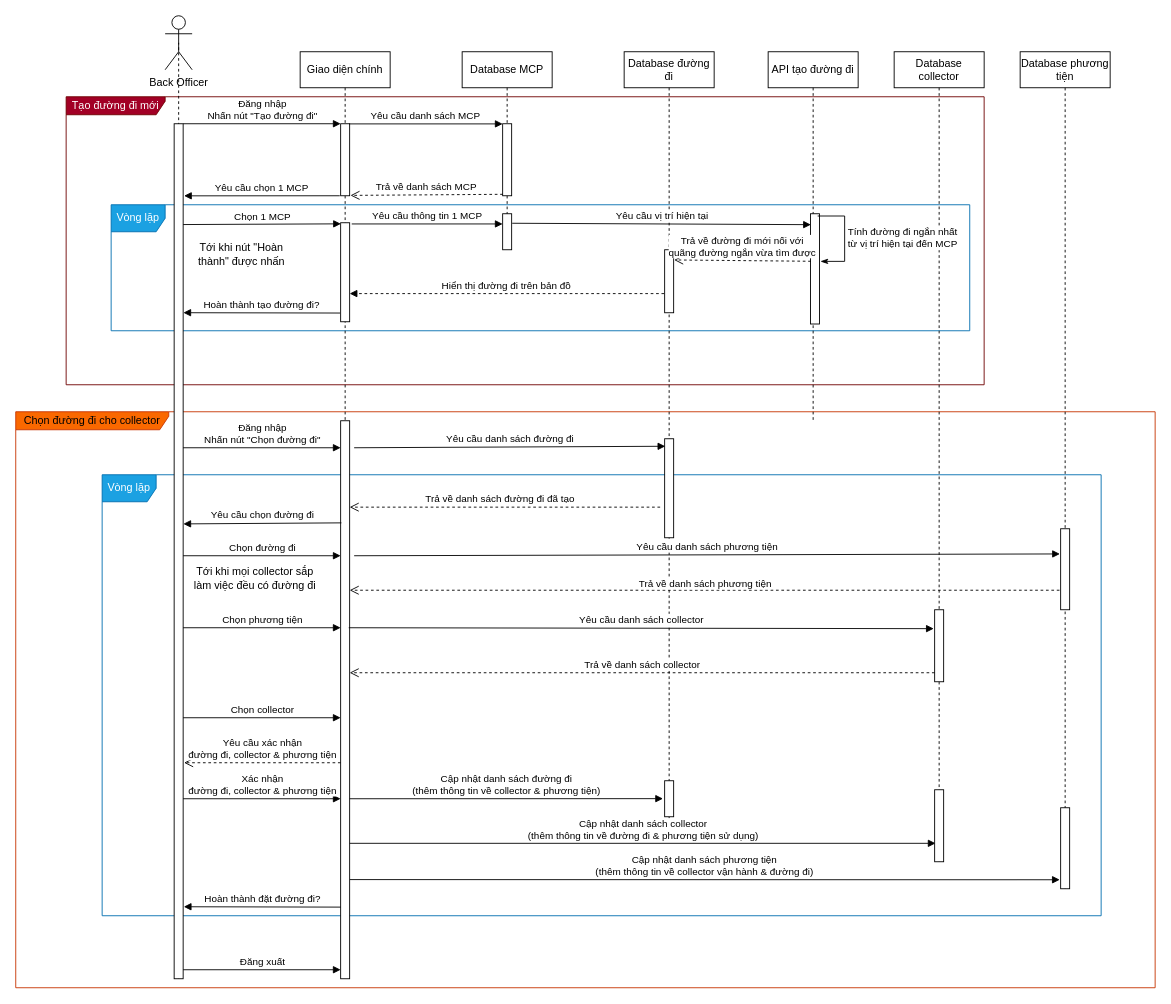
Earlier version of the draw.io diagram page "Task 2.2" (2 of 3) of task2.drawio (thuankhangho/btl-cnpm). Source tidied: cells renumbered, new cells numbered last; positions are measured from the earlier drawing's top-left corner, leaving out a move shared by most shapes. Both pictures are drawn from the tidied source at 90%, with x=0, y=0 at pixel (15, 15).
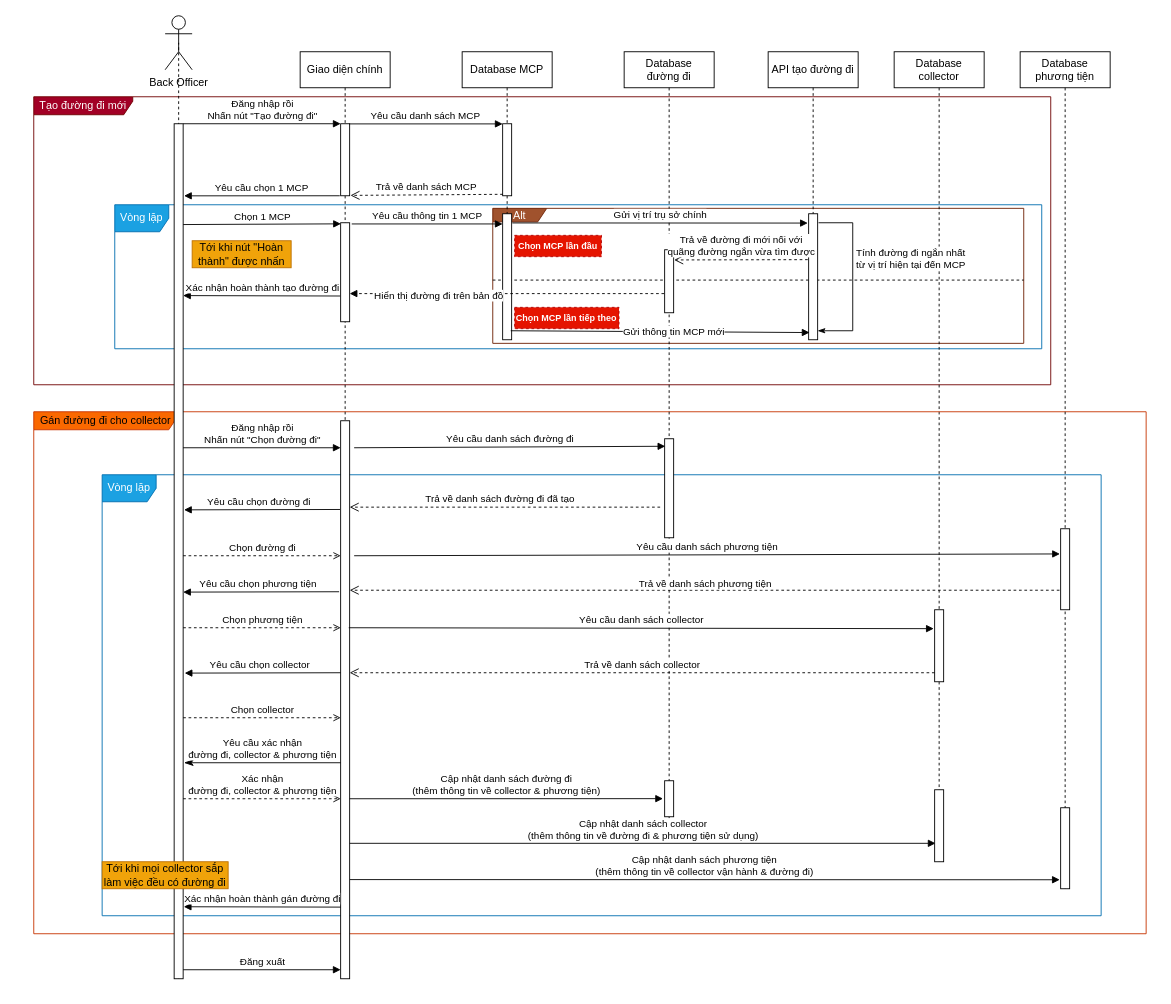
Above is the later version.

The change refers to these unchanged cells:
```xml
<mxCell id="9" style="rounded=0;whiteSpace=wrap;html=1;" parent="1" vertex="1">
  <mxGeometry x="176" y="120" width="10" height="950" as="geometry" />
</mxCell>
<mxCell id="10" value="Giao diện chính" style="shape=umlLifeline;perimeter=lifelinePerimeter;whiteSpace=wrap;html=1;" parent="1" vertex="1">
  <mxGeometry x="316" y="40" width="100" height="1030" as="geometry" />
</mxCell>
<mxCell id="11" style="html=1;points=[];perimeter=orthogonalPerimeter;" parent="10" vertex="1">
  <mxGeometry x="45" y="190" width="10" height="110" as="geometry" />
</mxCell>
<mxCell id="12" style="html=1;points=[];perimeter=orthogonalPerimeter;" parent="10" vertex="1">
  <mxGeometry x="45" y="80" width="10" height="80" as="geometry" />
</mxCell>
<mxCell id="15" style="html=1;points=[];perimeter=orthogonalPerimeter;" parent="10" vertex="1">
  <mxGeometry x="45" y="410" width="10" height="620" as="geometry" />
</mxCell>
<mxCell id="34" style="html=1;points=[];perimeter=orthogonalPerimeter;" parent="33" vertex="1">
  <mxGeometry x="45" y="220" width="10" height="70" as="geometry" />
</mxCell>
```

Change to the diagram source:
```diff
@@
+    <mxCell id="6" value="Tạo đường đi mới" style="shape=umlFrame;whiteSpace=wrap;html=1;width=110;height=20;fillColor=#a20025;fontColor=#ffffff;strokeColor=#6F0000;" parent="1" vertex="1">
+      <mxGeometry x="20" y="90" width="1130" height="320" as="geometry" />
+    </mxCell>
+    <mxCell id="59" value="Alt" style="shape=umlFrame;whiteSpace=wrap;html=1;fillColor=#a0522d;fontColor=#ffffff;strokeColor=#6D1F00;width=60;height=15;" parent="1" vertex="1">
+      <mxGeometry x="530" y="214" width="590" height="150" as="geometry" />
+    </mxCell>
+    <mxCell id="60" style="line;strokeWidth=1;fillColor=none;align=left;verticalAlign=middle;spacingTop=-1;spacingLeft=3;spacingRight=3;labelPosition=right;dashed=1;strokeColor=none;" parent="59" vertex="1">
+      <mxGeometry y="9.4" width="590" height="140.6" as="geometry" />
+    </mxCell>
+    <mxCell id="61" value="Chọn MCP lần đầu" style="text;html=1;strokeColor=#B20000;fillColor=#e51400;align=center;verticalAlign=middle;whiteSpace=wrap;rounded=0;dashed=1;fontSize=10;fontStyle=1;fontColor=#ffffff;" parent="59" vertex="1">
+      <mxGeometry x="24.3" y="30" width="96.5" height="23.7" as="geometry" />
+    </mxCell>
+    <mxCell id="62" value="Chọn MCP lần tiếp theo" style="text;html=1;strokeColor=#B20000;fillColor=#e51400;align=center;verticalAlign=middle;whiteSpace=wrap;rounded=0;dashed=1;fontSize=10;fontStyle=1;fontColor=#ffffff;" parent="59" vertex="1">
+      <mxGeometry x="24.3" y="110" width="116" height="23.7" as="geometry" />
+    </mxCell>
+    <mxCell id="63" style="line;strokeWidth=1;dashed=1;labelPosition=right;align=left;verticalAlign=middle;spacingTop=0;spacingLeft=6;" parent="59" vertex="1">
+      <mxGeometry y="74.7" width="590" height="10" as="geometry" />
+    </mxCell>
+    <mxCell id="7" value="Vòng lặp" style="shape=umlFrame;whiteSpace=wrap;html=1;fillColor=#1ba1e2;fontColor=#ffffff;strokeColor=#006EAF;" parent="1" vertex="1">
+      <mxGeometry x="110" y="210" width="1030" height="160" as="geometry" />
+    </mxCell>
+    <mxCell id="3" value="Vòng lặp" style="shape=umlFrame;whiteSpace=wrap;html=1;fillColor=#1ba1e2;fontColor=#ffffff;strokeColor=#006EAF;" parent="1" vertex="1">
+      <mxGeometry x="96" y="510" width="1110" height="490" as="geometry" />
+    </mxCell>
+    <mxCell id="28" value="Database collector" style="shape=umlLifeline;perimeter=lifelinePerimeter;whiteSpace=wrap;html=1;" parent="1" vertex="1">
+      <mxGeometry x="976" y="40" width="100" height="900" as="geometry" />
+    </mxCell>
+    <mxCell id="29" style="html=1;perimeter=orthogonalPerimeter;" parent="28" vertex="1">
+      <mxGeometry x="45" y="620" width="10" height="80" as="geometry" />
+    </mxCell>
-    <mxCell id="2" value="Chọn đường đi cho collector" style="shape=umlFrame;whiteSpace=wrap;html=1;width=170;height=20;fillColor=#fa6800;fontColor=#000000;strokeColor=#C73500;" parent="1" vertex="1">
-      <mxGeometry y="440" width="1266" height="640" as="geometry" />
+    <mxCell id="2" value="Gán đường đi cho collector" style="shape=umlFrame;whiteSpace=wrap;html=1;width=160;height=20;fillColor=#fa6800;fontColor=#000000;strokeColor=#C73500;" parent="1" vertex="1">
+      <mxGeometry x="20" y="440" width="1236" height="580" as="geometry" />
     </mxCell>
-    <mxCell id="3" value="Vòng lặp" style="shape=umlFrame;whiteSpace=wrap;html=1;fillColor=#1ba1e2;fontColor=#ffffff;strokeColor=#006EAF;" parent="1" vertex="1">
-      <mxGeometry x="96" y="510" width="1110" height="490" as="geometry" />
-    </mxCell>
-    <mxCell id="4" value="Database phương tiện" style="shape=umlLifeline;perimeter=lifelinePerimeter;whiteSpace=wrap;html=1;" parent="1" vertex="1">
+    <mxCell id="4" value="Database&lt;br&gt;phương tiện" style="shape=umlLifeline;perimeter=lifelinePerimeter;whiteSpace=wrap;html=1;" parent="1" vertex="1">
       <mxGeometry x="1116" y="40" width="100" height="930" as="geometry" />
     </mxCell>
@@
-    <mxCell id="6" value="Tạo đường đi mới" style="shape=umlFrame;whiteSpace=wrap;html=1;width=110;height=20;fillColor=#a20025;fontColor=#ffffff;strokeColor=#6F0000;" parent="1" vertex="1">
-      <mxGeometry x="56" y="90" width="1020" height="320" as="geometry" />
-    </mxCell>
-    <mxCell id="7" value="Vòng lặp" style="shape=umlFrame;whiteSpace=wrap;html=1;fillColor=#1ba1e2;fontColor=#ffffff;strokeColor=#006EAF;" parent="1" vertex="1">
-      <mxGeometry x="106" y="210" width="954" height="140" as="geometry" />
-    </mxCell>
@@
-    <mxCell id="13" value="Đăng nhập&lt;br&gt;Nhấn nút &quot;Chọn đường đi&quot;" style="html=1;verticalAlign=bottom;startArrow=none;endArrow=block;startSize=8;exitX=1;exitY=0;exitDx=0;exitDy=0;startFill=0;" parent="10" edge="1">
+    <mxCell id="13" value="Đăng nhập rồi&lt;br&gt;Nhấn nút &quot;Chọn đường đi&quot;" style="html=1;verticalAlign=bottom;startArrow=none;endArrow=block;startSize=8;exitX=1;exitY=0;exitDx=0;exitDy=0;startFill=0;" parent="10" edge="1">
       <mxGeometry relative="1" as="geometry">
         <mxPoint x="-130" y="440" as="sourcePoint" />
         <mxPoint x="45" y="440" as="targetPoint" />
       </mxGeometry>
     </mxCell>
-    <mxCell id="14" value="Chọn đường đi" style="html=1;verticalAlign=bottom;startArrow=none;endArrow=block;startSize=8;exitX=1;exitY=0;exitDx=0;exitDy=0;startFill=0;" parent="10" edge="1">
+    <mxCell id="14" value="Chọn đường đi" style="html=1;verticalAlign=bottom;startArrow=none;endArrow=open;startSize=8;exitX=1;exitY=0;exitDx=0;exitDy=0;startFill=0;endFill=0;dashed=1;" parent="10" edge="1">
       <mxGeometry relative="1" as="geometry">
         <mxPoint x="-130" y="560" as="sourcePoint" />
         <mxPoint x="45" y="560" as="targetPoint" />
       </mxGeometry>
     </mxCell>
@@
-    <mxCell id="16" value="Yêu cầu xác nhận&lt;br&gt;đường đi, collector &amp;amp; phương tiện" style="html=1;verticalAlign=bottom;endArrow=open;dashed=1;endSize=8;" parent="10" edge="1">
+    <mxCell id="16" value="Yêu cầu xác nhận&lt;br&gt;đường đi, collector &amp;amp; phương tiện" style="html=1;verticalAlign=bottom;endArrow=classicThin;endSize=8;endFill=1;" parent="10" edge="1">
       <mxGeometry relative="1" as="geometry">
         <mxPoint x="45" y="790" as="sourcePoint" />
         <mxPoint x="-129" y="790" as="targetPoint" />
       </mxGeometry>
     </mxCell>
@@
+    <mxCell id="64" value="Yêu cầu chọn collector" style="html=1;verticalAlign=bottom;endArrow=block;exitX=-0.067;exitY=0.159;exitDx=0;exitDy=0;exitPerimeter=0;" parent="10" edge="1">
+      <mxGeometry x="0.04" relative="1" as="geometry">
+        <mxPoint x="45" y="690" as="sourcePoint" />
+        <mxPoint x="-128.3" y="690.4" as="targetPoint" />
+      </mxGeometry>
+    </mxCell>
     <mxCell id="19" value="Database MCP" style="shape=umlLifeline;perimeter=lifelinePerimeter;whiteSpace=wrap;html=1;" parent="1" vertex="1">
-      <mxGeometry x="496" y="40" width="100" height="220" as="geometry" />
+      <mxGeometry x="496" y="40" width="100" height="320" as="geometry" />
     </mxCell>
     <mxCell id="20" style="html=1;points=[];perimeter=orthogonalPerimeter;" parent="19" vertex="1">
-      <mxGeometry x="45" y="180" width="10" height="40" as="geometry" />
+      <mxGeometry x="45" y="180" width="10" height="140" as="geometry" />
     </mxCell>
@@
-    <mxCell id="23" value="Đăng nhập&lt;br&gt;Nhấn nút &quot;Tạo đường đi&quot;" style="html=1;verticalAlign=bottom;startArrow=none;endArrow=block;startSize=8;exitX=1;exitY=0;exitDx=0;exitDy=0;startFill=0;" parent="1" edge="1" source="9" target="12">
+    <mxCell id="23" value="Đăng nhập rồi&lt;br&gt;Nhấn nút &quot;Tạo đường đi&quot;" style="html=1;verticalAlign=bottom;startArrow=none;endArrow=block;startSize=8;exitX=1;exitY=0;exitDx=0;exitDy=0;startFill=0;" parent="1" edge="1" source="9" target="12">
       <mxGeometry relative="1" as="geometry" />
     </mxCell>
@@
-    <mxCell id="28" value="Database collector" style="shape=umlLifeline;perimeter=lifelinePerimeter;whiteSpace=wrap;html=1;" parent="1" vertex="1">
-      <mxGeometry x="976" y="40" width="100" height="900" as="geometry" />
-    </mxCell>
-    <mxCell id="29" style="html=1;perimeter=orthogonalPerimeter;" parent="28" vertex="1">
-      <mxGeometry x="45" y="620" width="10" height="80" as="geometry" />
-    </mxCell>
     <mxCell id="30" value="API tạo đường đi" style="shape=umlLifeline;perimeter=lifelinePerimeter;whiteSpace=wrap;html=1;" parent="1" vertex="1">
-      <mxGeometry x="836" y="40" width="100" height="410" as="geometry" />
+      <mxGeometry x="836" y="40" width="100" height="320" as="geometry" />
     </mxCell>
     <mxCell id="31" style="html=1;points=[];perimeter=orthogonalPerimeter;" parent="30" vertex="1">
-      <mxGeometry x="47" y="180" width="10" height="122.5" as="geometry" />
+      <mxGeometry x="45" y="180" width="10" height="140" as="geometry" />
     </mxCell>
-    <mxCell id="32" value="Tính đường đi ngắn nhất&lt;br&gt;từ vị trí hiện tại đến MCP" style="edgeStyle=orthogonalEdgeStyle;html=1;align=left;spacingLeft=2;endArrow=classicThin;rounded=0;entryX=1.115;entryY=0.432;strokeColor=default;entryDx=0;entryDy=0;entryPerimeter=0;endFill=1;" parent="30" edge="1" target="31">
-      <mxGeometry relative="1" as="geometry">
-        <mxPoint x="55" y="182.5" as="sourcePoint" />
+    <mxCell id="32" value="Tính đường đi ngắn nhất&lt;br&gt;từ vị trí hiện tại đến MCP" style="edgeStyle=orthogonalEdgeStyle;html=1;align=left;spacingLeft=2;endArrow=classicThin;rounded=0;strokeColor=default;endFill=1;" parent="30" edge="1" target="31">
+      <mxGeometry x="-0.21" relative="1" as="geometry">
+        <mxPoint x="56" y="190" as="sourcePoint" />
         <Array as="points">
-          <mxPoint x="85" y="183" />
-          <mxPoint x="85" y="233" />
+          <mxPoint x="94" y="190" />
+          <mxPoint x="94" y="310" />
         </Array>
       </mxGeometry>
     </mxCell>
-    <mxCell id="33" value="Database đường đi" style="shape=umlLifeline;perimeter=lifelinePerimeter;whiteSpace=wrap;html=1;" parent="1" vertex="1">
+    <mxCell id="33" value="Database&lt;br&gt;đường đi" style="shape=umlLifeline;perimeter=lifelinePerimeter;whiteSpace=wrap;html=1;" parent="1" vertex="1">
       <mxGeometry x="676" y="40" width="100" height="860" as="geometry" />
     </mxCell>
@@
-    <mxCell id="38" value="Yêu cầu vị trí hiện tại" style="html=1;verticalAlign=bottom;startArrow=none;endArrow=block;startSize=8;exitX=1.06;exitY=0.264;exitDx=0;exitDy=0;exitPerimeter=0;startFill=0;entryX=0.049;entryY=0.099;entryDx=0;entryDy=0;entryPerimeter=0;" parent="1" edge="1" source="20" target="31">
+    <mxCell id="38" value="Gửi vị trí trụ sở chính" style="html=1;verticalAlign=bottom;startArrow=none;endArrow=block;startSize=8;exitX=1.078;exitY=0.073;exitDx=0;exitDy=0;exitPerimeter=0;startFill=0;entryX=-0.095;entryY=0.074;entryDx=0;entryDy=0;entryPerimeter=0;" parent="1" edge="1" source="20" target="31">
       <mxGeometry relative="1" as="geometry" />
     </mxCell>
-    <mxCell id="39" value="Trả về đường đi mới nối với&lt;br&gt;quãng đường ngắn vừa tìm được" style="html=1;verticalAlign=bottom;endArrow=open;dashed=1;endSize=8;entryX=1.054;entryY=0.162;entryDx=0;entryDy=0;entryPerimeter=0;exitX=0.046;exitY=0.431;exitDx=0;exitDy=0;exitPerimeter=0;" parent="1" edge="1" source="31" target="34">
-      <mxGeometry relative="1" as="geometry" />
+    <mxCell id="39" value="Trả về đường đi mới nối với&lt;br&gt;quãng đường ngắn vừa tìm được" style="html=1;verticalAlign=bottom;endArrow=open;dashed=1;endSize=8;entryX=1.054;entryY=0.162;entryDx=0;entryDy=0;entryPerimeter=0;" parent="1" edge="1" target="34">
+      <mxGeometry relative="1" as="geometry">
+        <mxPoint x="880" y="271" as="sourcePoint" />
+      </mxGeometry>
     </mxCell>
-    <mxCell id="40" value="Hoàn thành tạo đường đi?" style="html=1;verticalAlign=bottom;endArrow=block;entryX=1.024;entryY=0.221;entryDx=0;entryDy=0;exitX=-0.065;exitY=0.912;exitDx=0;exitDy=0;exitPerimeter=0;entryPerimeter=0;" parent="1" edge="1" source="11" target="9">
+    <mxCell id="40" value="Xác nhận hoàn thành tạo đường đi" style="html=1;verticalAlign=bottom;endArrow=block;exitX=-0.047;exitY=0.74;exitDx=0;exitDy=0;exitPerimeter=0;entryX=0.996;entryY=0.201;entryDx=0;entryDy=0;entryPerimeter=0;" parent="1" edge="1" source="11" target="9">
       <mxGeometry relative="1" as="geometry" />
     </mxCell>
@@
-    <mxCell id="42" value="Tới khi nút &quot;Hoàn thành&quot; được nhấn" style="text;html=1;strokeColor=none;fillColor=none;align=center;verticalAlign=middle;whiteSpace=wrap;rounded=0;" parent="1" vertex="1">
+    <mxCell id="42" value="Tới khi nút &quot;Hoàn thành&quot; được nhấn" style="text;html=1;strokeColor=#BD7000;fillColor=#f0a30a;align=center;verticalAlign=middle;whiteSpace=wrap;rounded=0;fontColor=#000000;" parent="1" vertex="1">
       <mxGeometry x="196" y="250" width="110" height="30" as="geometry" />
     </mxCell>
@@
-    <mxCell id="45" value="Yêu cầu chọn đường đi" style="html=1;verticalAlign=bottom;endArrow=block;exitX=0.083;exitY=0.183;exitDx=0;exitDy=0;exitPerimeter=0;entryX=1.024;entryY=0.468;entryDx=0;entryDy=0;entryPerimeter=0;" parent="1" edge="1" source="15" target="9">
-      <mxGeometry relative="1" as="geometry" />
+    <mxCell id="45" value="Yêu cầu chọn đường đi" style="html=1;verticalAlign=bottom;endArrow=block;exitX=-0.067;exitY=0.159;exitDx=0;exitDy=0;exitPerimeter=0;" parent="1" edge="1" source="15">
+      <mxGeometry x="0.04" relative="1" as="geometry">
+        <mxPoint x="187" y="549" as="targetPoint" />
+      </mxGeometry>
     </mxCell>
@@
-    <mxCell id="47" value="Chọn phương tiện" style="html=1;verticalAlign=bottom;endArrow=block;" parent="1" edge="1">
+    <mxCell id="47" value="Chọn phương tiện" style="html=1;verticalAlign=bottom;endArrow=open;dashed=1;endFill=0;" parent="1" edge="1">
       <mxGeometry relative="1" as="geometry">
         <mxPoint x="186" y="680" as="sourcePoint" />
         <mxPoint x="361" y="680" as="targetPoint" />
       </mxGeometry>
     </mxCell>
-    <mxCell id="48" value="Tới khi mọi collector sắp làm việc đều có đường đi" style="text;html=1;strokeColor=none;fillColor=none;align=center;verticalAlign=middle;whiteSpace=wrap;rounded=0;" parent="1" vertex="1">
-      <mxGeometry x="196" y="610" width="140" height="30" as="geometry" />
+    <mxCell id="48" value="Tới khi mọi collector sắp làm việc đều có đường đi" style="text;html=1;strokeColor=#BD7000;fillColor=#f0a30a;align=center;verticalAlign=middle;whiteSpace=wrap;rounded=0;fontColor=#000000;" parent="1" vertex="1">
+      <mxGeometry x="96" y="940" width="140" height="30" as="geometry" />
     </mxCell>
     <mxCell id="49" value="Hiển thị đường đi trên bản đồ" style="html=1;verticalAlign=bottom;endArrow=block;strokeColor=default;exitX=-0.052;exitY=0.696;exitDx=0;exitDy=0;exitPerimeter=0;dashed=1;" parent="1" edge="1" source="34" target="11">
-      <mxGeometry relative="1" as="geometry" />
+      <mxGeometry x="0.43" y="11" relative="1" as="geometry" />
     </mxCell>
@@
-    <mxCell id="52" value="Chọn collector" style="html=1;verticalAlign=bottom;endArrow=block;" parent="1" edge="1">
+    <mxCell id="52" value="Chọn collector" style="html=1;verticalAlign=bottom;endArrow=open;dashed=1;endFill=0;" parent="1" edge="1">
       <mxGeometry relative="1" as="geometry">
         <mxPoint x="186" y="780" as="sourcePoint" />
         <mxPoint x="361" y="780" as="targetPoint" />
       </mxGeometry>
     </mxCell>
@@
-    <mxCell id="55" value="Xác nhận&lt;br&gt;đường đi, collector &amp;amp; phương tiện" style="html=1;verticalAlign=bottom;endArrow=block;" parent="1" edge="1">
+    <mxCell id="55" value="Xác nhận&lt;br&gt;đường đi, collector &amp;amp; phương tiện" style="html=1;verticalAlign=bottom;endArrow=open;dashed=1;endFill=0;" parent="1" edge="1">
       <mxGeometry relative="1" as="geometry">
         <mxPoint x="186" y="870" as="sourcePoint" />
         <mxPoint x="361" y="870" as="targetPoint" />
       </mxGeometry>
     </mxCell>
@@
-    <mxCell id="58" value="Hoàn thành đặt đường đi?" style="html=1;verticalAlign=bottom;endArrow=block;entryX=1.002;entryY=0.247;entryDx=0;entryDy=0;exitX=-0.065;exitY=0.912;exitDx=0;exitDy=0;exitPerimeter=0;entryPerimeter=0;" parent="1" edge="1">
+    <mxCell id="58" value="Xác nhận hoàn thành gán đường đi" style="html=1;verticalAlign=bottom;endArrow=block;entryX=1.002;entryY=0.247;entryDx=0;entryDy=0;exitX=-0.065;exitY=0.912;exitDx=0;exitDy=0;exitPerimeter=0;entryPerimeter=0;" parent="1" edge="1">
       <mxGeometry relative="1" as="geometry">
         <mxPoint x="361" y="990.4" as="sourcePoint" />
         <mxPoint x="186.7" y="990" as="targetPoint" />
       </mxGeometry>
     </mxCell>
+    <mxCell id="65" value="Gửi thông tin MCP mới" style="html=1;verticalAlign=bottom;startArrow=none;endArrow=block;startSize=8;exitX=1.078;exitY=0.073;exitDx=0;exitDy=0;exitPerimeter=0;startFill=0;" parent="1" edge="1">
+      <mxGeometry x="0.09" y="-9" relative="1" as="geometry">
+        <mxPoint x="550" y="350" as="sourcePoint" />
+        <mxPoint x="882" y="352" as="targetPoint" />
+      </mxGeometry>
+    </mxCell>
+    <mxCell id="66" value="Yêu cầu chọn phương tiện" style="html=1;verticalAlign=bottom;endArrow=block;exitX=-0.067;exitY=0.159;exitDx=0;exitDy=0;exitPerimeter=0;" parent="1" edge="1">
+      <mxGeometry x="0.04" relative="1" as="geometry">
+        <mxPoint x="359.3" y="640" as="sourcePoint" />
+        <mxPoint x="186" y="640.4" as="targetPoint" />
+      </mxGeometry>
+    </mxCell>
```
